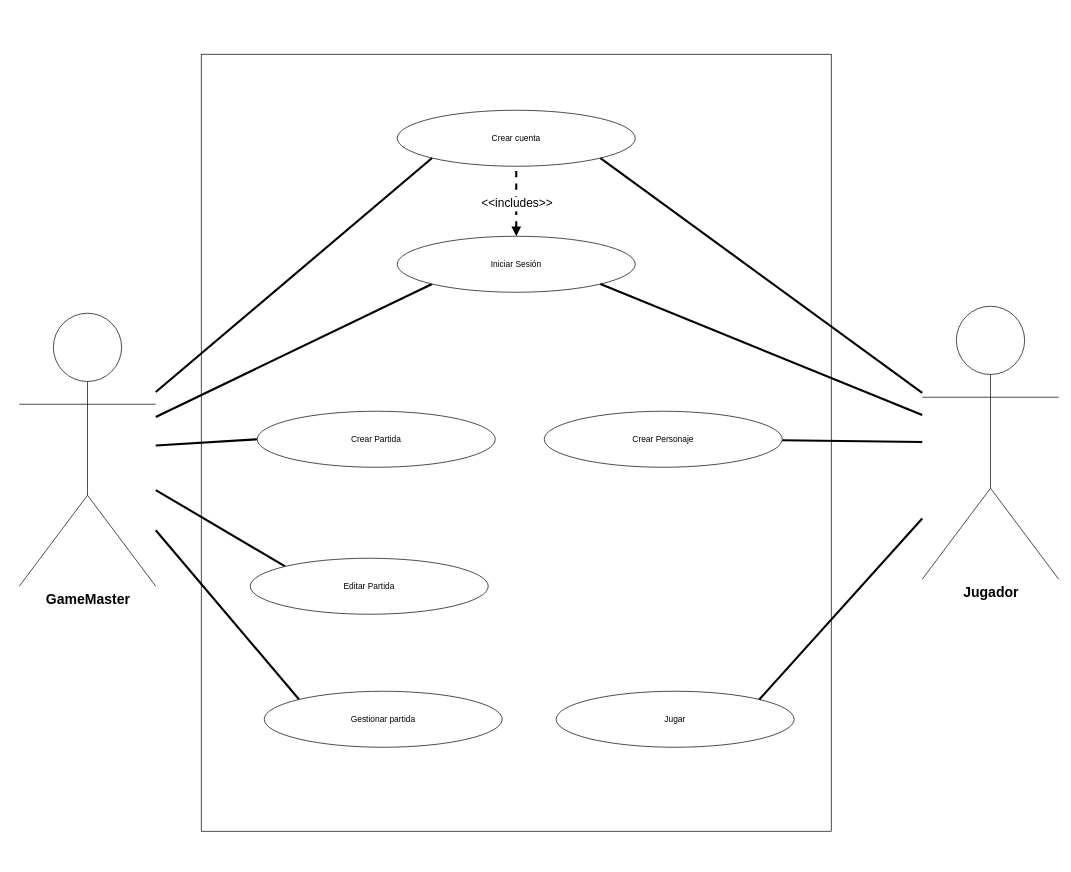
The draw.io diagram diagrams/diagramaCasosUso.drawio in gonzalopozo/proyecto-integrador-1-daw-gonzalo-manuel-daniel-hector, before the edit. Source tidied: cells renumbered, new cells numbered last; positions are measured from the earlier drawing's top-left corner, leaving out a move shared by most shapes. Both pictures are drawn from the tidied source at 70%, with x=0, y=0 at pixel (19, 54).
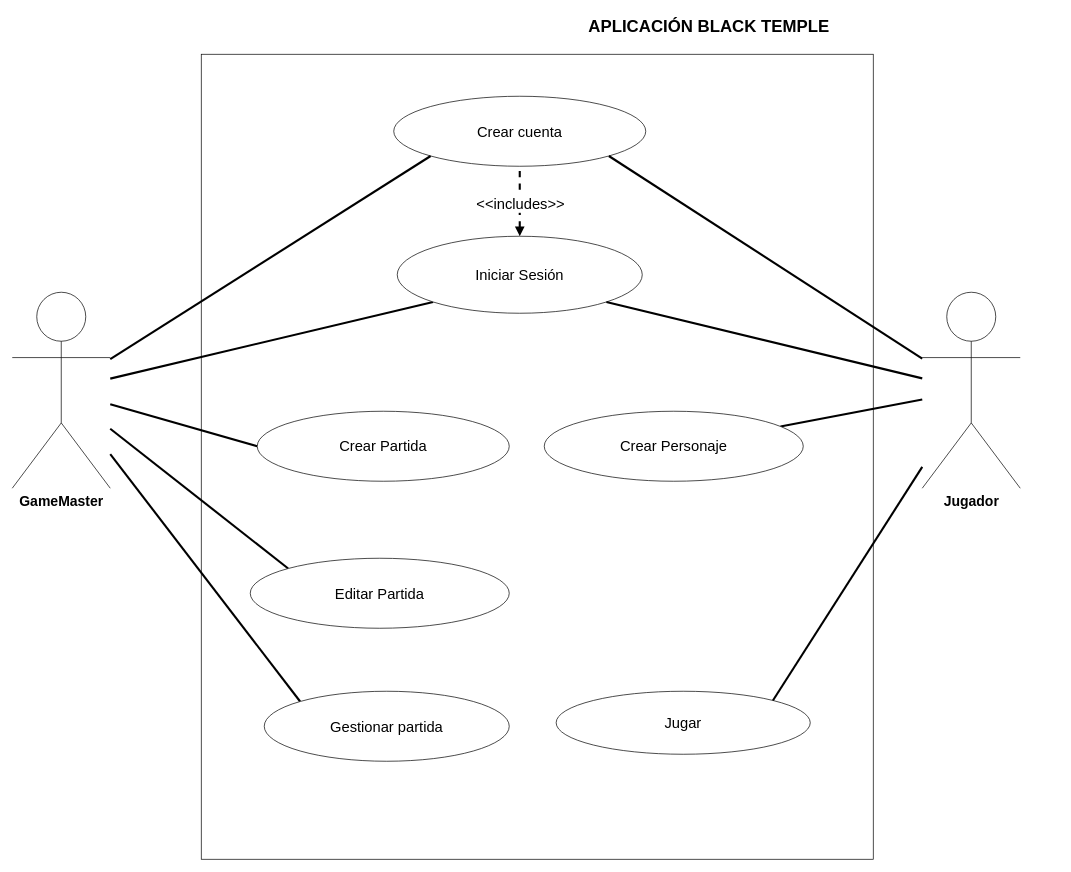
After the change.

Commit message (it also covers changes not shown here):
Versión 1.1 Diagrama de Casos de Uso, Versión 2.2 Vistas App, Actualización .gitignore

Unchanged cells that the change refers to:
```xml
<mxCell id="7" style="edgeStyle=none;shape=connector;rounded=1;html=1;entryX=0.5;entryY=1;entryDx=0;entryDy=0;labelBackgroundColor=default;strokeColor=default;strokeWidth=3;fontFamily=Helvetica;fontSize=11;fontColor=default;endArrow=none;endFill=0;dashed=1;startArrow=block;startFill=1;" parent="1" edge="1" source="9" target="5">
  <mxGeometry relative="1" as="geometry" />
</mxCell>
```

Diff of the diagram source:
```diff
@@
     <mxCell id="2" style="whiteSpace=wrap;html=1;" parent="1" vertex="1">
-      <mxGeometry x="260" width="900" height="1110" as="geometry" />
+      <mxGeometry x="260" width="960" height="1150" as="geometry" />
     </mxCell>
@@
     <mxCell id="4" value="&lt;font style=&quot;font-size: 20px;&quot;&gt;&lt;b&gt;GameMaster&lt;/b&gt;&lt;/font&gt;" style="shape=umlActor;verticalLabelPosition=bottom;verticalAlign=top;html=1;outlineConnect=0;" parent="1" vertex="1">
-      <mxGeometry y="370" width="195" height="390" as="geometry" />
+      <mxGeometry x="-10" y="340" width="140" height="280" as="geometry" />
     </mxCell>
-    <mxCell id="5" value="Crear cuenta" style="ellipse;whiteSpace=wrap;html=1;" parent="1" vertex="1">
-      <mxGeometry x="540" y="80" width="340" height="80" as="geometry" />
+    <mxCell id="5" value="&lt;font style=&quot;font-size: 21px;&quot;&gt;Crear cuenta&lt;/font&gt;" style="ellipse;whiteSpace=wrap;html=1;" parent="1" vertex="1">
+      <mxGeometry x="535" y="60" width="360" height="100" as="geometry" />
     </mxCell>
@@
-    <mxCell id="8" value="&amp;lt;&amp;lt;includes&amp;gt;&amp;gt;" style="edgeLabel;html=1;align=center;verticalAlign=middle;fontSize=17;" parent="7" vertex="1">
+    <mxCell id="8" value="&lt;font style=&quot;font-size: 21px;&quot;&gt;&amp;lt;&amp;lt;includes&amp;gt;&amp;gt;&lt;/font&gt;" style="edgeLabel;html=1;align=center;verticalAlign=middle;fontSize=17;" parent="7" vertex="1">
       <mxGeometry x="-0.26" y="1" relative="1" as="geometry">
         <mxPoint x="1" y="-10" as="offset" />
       </mxGeometry>
     </mxCell>
-    <mxCell id="9" value="Iniciar Sesión" style="ellipse;whiteSpace=wrap;html=1;" parent="1" vertex="1">
-      <mxGeometry x="540" y="260" width="340" height="80" as="geometry" />
+    <mxCell id="9" value="&lt;font style=&quot;font-size: 21px;&quot;&gt;Iniciar Sesión&lt;/font&gt;" style="ellipse;whiteSpace=wrap;html=1;" parent="1" vertex="1">
+      <mxGeometry x="540" y="260" width="350" height="110" as="geometry" />
     </mxCell>
@@
-    <mxCell id="11" value="Crear Personaje" style="ellipse;whiteSpace=wrap;html=1;" parent="1" vertex="1">
-      <mxGeometry x="750" y="510" width="340" height="80" as="geometry" />
+    <mxCell id="11" value="&lt;font style=&quot;font-size: 21px;&quot;&gt;Crear Personaje&lt;/font&gt;" style="ellipse;whiteSpace=wrap;html=1;" parent="1" vertex="1">
+      <mxGeometry x="750" y="510" width="370" height="100" as="geometry" />
     </mxCell>
@@
-    <mxCell id="13" value="Crear Partida" style="ellipse;whiteSpace=wrap;html=1;" parent="1" vertex="1">
-      <mxGeometry x="340" y="510" width="340" height="80" as="geometry" />
+    <mxCell id="13" value="&lt;font style=&quot;font-size: 21px;&quot;&gt;Crear Partida&lt;/font&gt;" style="ellipse;whiteSpace=wrap;html=1;" parent="1" vertex="1">
+      <mxGeometry x="340" y="510" width="360" height="100" as="geometry" />
     </mxCell>
@@
-    <mxCell id="15" value="Editar Partida" style="ellipse;whiteSpace=wrap;html=1;" parent="1" vertex="1">
-      <mxGeometry x="330" y="720" width="340" height="80" as="geometry" />
+    <mxCell id="15" value="&lt;font style=&quot;font-size: 21px;&quot;&gt;Editar Partida&lt;/font&gt;" style="ellipse;whiteSpace=wrap;html=1;" parent="1" vertex="1">
+      <mxGeometry x="330" y="720" width="370" height="100" as="geometry" />
     </mxCell>
@@
-    <mxCell id="17" value="Jugar" style="ellipse;whiteSpace=wrap;html=1;" parent="1" vertex="1">
-      <mxGeometry x="767" y="910" width="340" height="80" as="geometry" />
+    <mxCell id="17" value="&lt;font style=&quot;font-size: 21px;&quot;&gt;Jugar&lt;/font&gt;" style="ellipse;whiteSpace=wrap;html=1;" parent="1" vertex="1">
+      <mxGeometry x="767" y="910" width="363" height="90" as="geometry" />
     </mxCell>
@@
     <mxCell id="21" value="&lt;font style=&quot;font-size: 20px;&quot;&gt;&lt;b&gt;Jugador&lt;/b&gt;&lt;/font&gt;" style="shape=umlActor;verticalLabelPosition=bottom;verticalAlign=top;html=1;outlineConnect=0;" parent="1" vertex="1">
-      <mxGeometry x="1290" y="360" width="195" height="390" as="geometry" />
+      <mxGeometry x="1290" y="340" width="140" height="280" as="geometry" />
     </mxCell>
-    <mxCell id="22" value="Gestionar partida" style="ellipse;whiteSpace=wrap;html=1;" parent="1" vertex="1">
-      <mxGeometry x="350" y="910" width="340" height="80" as="geometry" />
+    <mxCell id="22" value="&lt;font style=&quot;font-size: 21px;&quot;&gt;Gestionar partida&lt;/font&gt;" style="ellipse;whiteSpace=wrap;html=1;" parent="1" vertex="1">
+      <mxGeometry x="350" y="910" width="350" height="100" as="geometry" />
     </mxCell>
+    <mxCell id="23" value="APLICACIÓN BLACK TEMPLE" style="text;strokeColor=none;fillColor=none;html=1;fontSize=24;fontStyle=1;verticalAlign=middle;align=center;" parent="1" vertex="1">
+      <mxGeometry x="820" y="-60" width="330" height="40" as="geometry" />
+    </mxCell>
```
